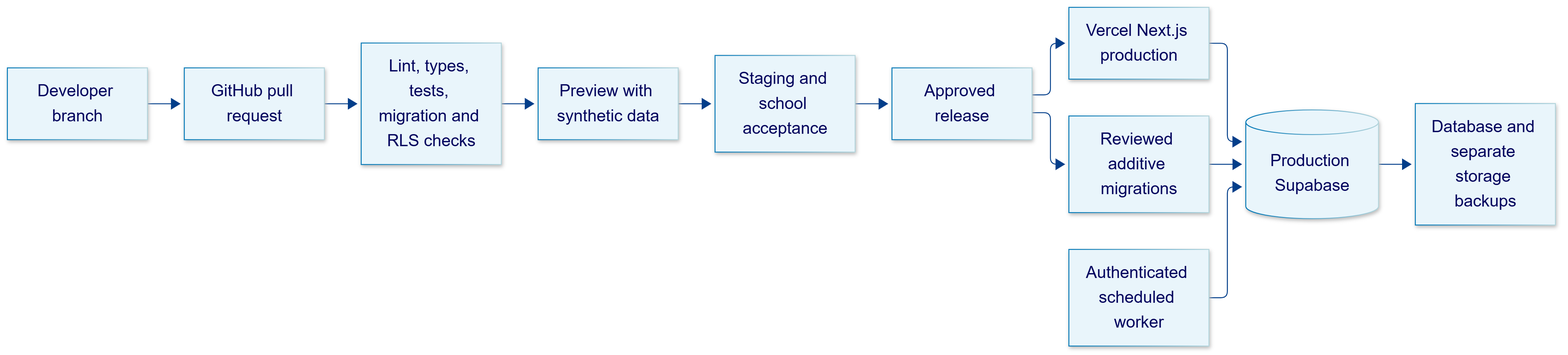
The Mermaid diagram docs/diagrams/rendered/architecture-07.png in adeyanjufuhad/BrainField-Schools, before a commit. Its source is kept beside it as docs/diagrams/architecture-07.mmd.
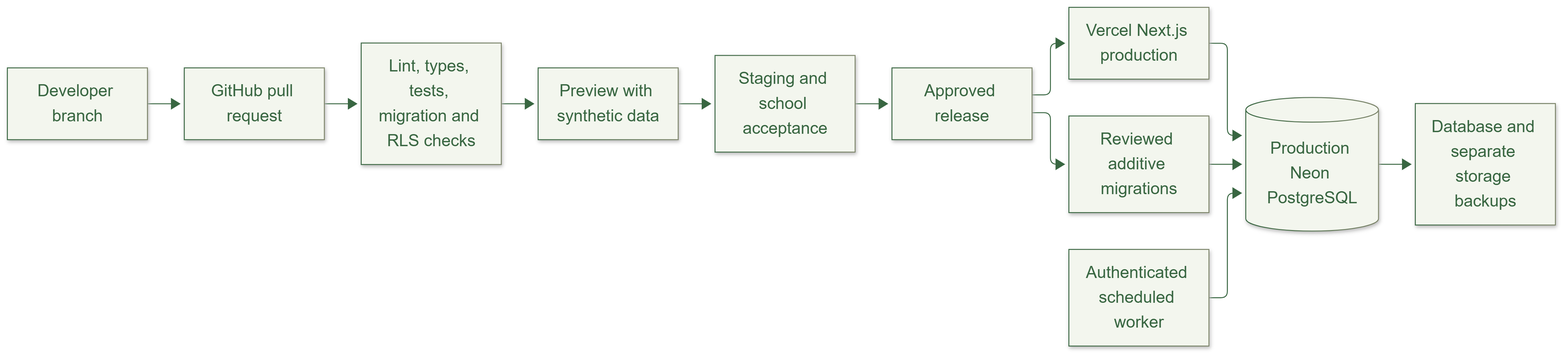
After the commit.

What changed in the source:
```diff
@@ -6,7 +6,7 @@
     STAGE --> RELEASE[Approved release]
     RELEASE --> WEB[Vercel Next.js production]
     RELEASE --> MIG[Reviewed additive migrations]
-    MIG --> DB[(Production Supabase)]
+    MIG --> DB[(Production Neon PostgreSQL)]
     WEB --> DB
     WORKER[Authenticated scheduled worker] --> DB
     DB --> BACKUP[Database and separate storage backups]
```
